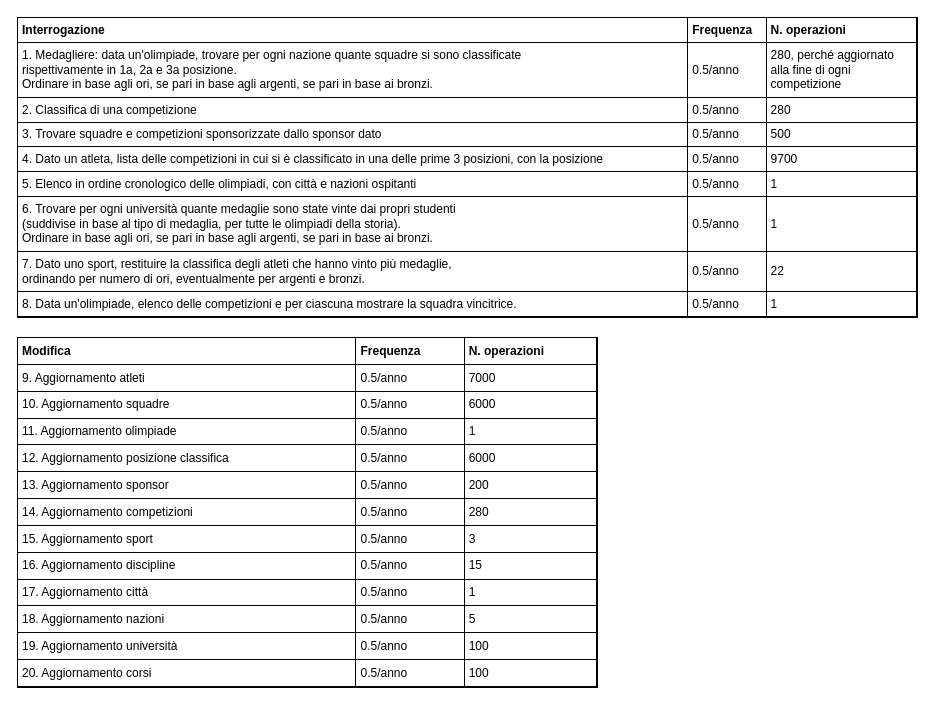
The draw.io diagram page "Operazioni" (5 of 6) of Olimpiadi studentesche.drawio in giovannivelludo/database-project, before the edit. Source tidied: cells renumbered, new cells numbered last; positions are measured from the earlier drawing's top-left corner, leaving out a move shared by most shapes. Both pictures are drawn from the tidied source at 100%, with x=0, y=0 at pixel (17, 17).
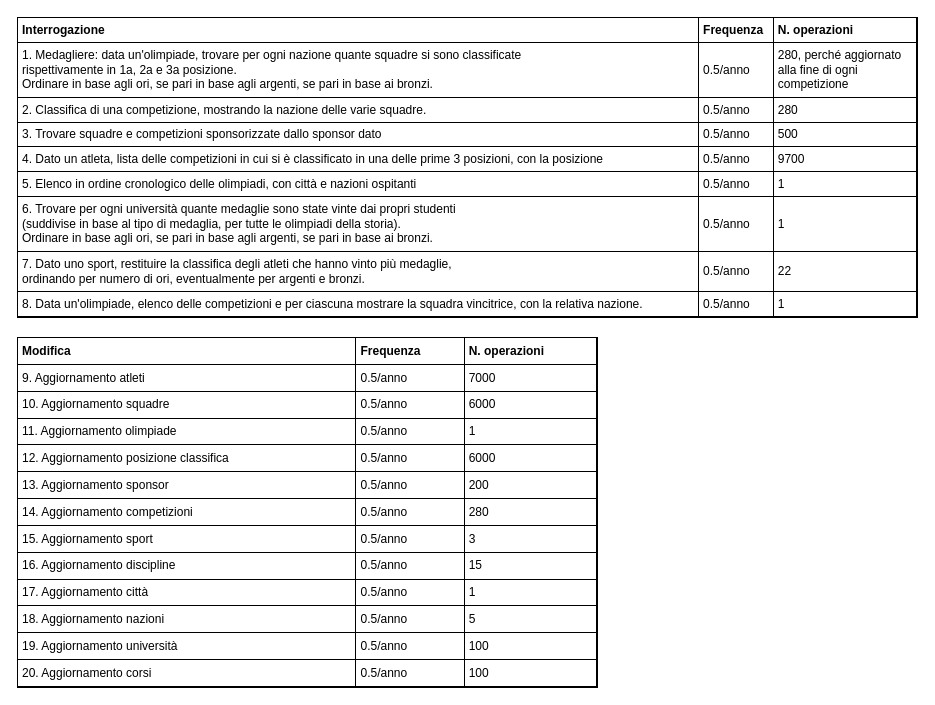
After the change.

Diff of the diagram source:
```diff
@@
 <mxGraphModel>
   <root>
     <mxCell id="0" />
     <mxCell id="1" parent="0" />
-    <mxCell id="2" value="&lt;table style=&quot;width: 100% ; height: 100% ; border-collapse: collapse ; border: 1px solid rgb(0 , 0 , 0)&quot; width=&quot;100%&quot; cellpadding=&quot;4&quot; border=&quot;1&quot; align=&quot;center&quot;&gt;&lt;tbody&gt;&lt;tr style=&quot;color: rgb(255 , 255 , 255)&quot;&gt;&lt;th align=&quot;left&quot;&gt;&lt;span&gt;&lt;font color=&quot;#000000&quot;&gt;Interrogazione&lt;br&gt;&lt;/font&gt;&lt;/span&gt;&lt;/th&gt;&lt;th align=&quot;left&quot;&gt;&lt;span&gt;&lt;font color=&quot;#000000&quot;&gt;Frequenza&lt;br&gt;&lt;/font&gt;&lt;/span&gt;&lt;/th&gt;&lt;td&gt;&lt;b&gt;&lt;font color=&quot;#000000&quot;&gt;N. operazioni&lt;/font&gt;&lt;/b&gt;&lt;br&gt;&lt;/td&gt;&lt;/tr&gt;&lt;tr&gt;&lt;td&gt;&lt;span&gt;1. Medagliere: data un'olimpiade, trovare per ogni nazione quante squadre si sono classificate&lt;br&gt;rispettivamente in 1a, 2a e 3a posizione.&lt;br&gt;Ordinare in base agli ori, se pari in base agli argenti, se pari in base ai bronzi.&lt;br&gt;&lt;/span&gt;&lt;/td&gt;&lt;td&gt;&lt;span&gt;0.5/anno&lt;br&gt;&lt;/span&gt;&lt;/td&gt;&lt;td&gt;280, perché aggiornato&lt;br&gt;alla fine di ogni&lt;br&gt;competizione&lt;br&gt;&lt;/td&gt;&lt;/tr&gt;&lt;tr&gt;&lt;td&gt;&lt;span&gt;2. Classifica di una competizione&lt;br&gt;&lt;/span&gt;&lt;/td&gt;&lt;td&gt;&lt;span&gt;0.5/anno&lt;br&gt;&lt;/span&gt;&lt;/td&gt;&lt;td&gt;280&lt;br&gt;&lt;/td&gt;&lt;/tr&gt;&lt;tr&gt;&lt;td&gt;&lt;span&gt;3. Trovare squadre e competizioni sponsorizzate dallo sponsor dato&lt;br&gt;&lt;/span&gt;&lt;/td&gt;&lt;td&gt;&lt;span&gt;0.5/anno&lt;br&gt;&lt;/span&gt;&lt;/td&gt;&lt;td&gt;500&lt;br&gt;&lt;/td&gt;&lt;/tr&gt;&lt;tr&gt;&lt;td&gt;&lt;span&gt;4. Dato un atleta, lista delle competizioni in cui si è classificato in una delle prime 3 posizioni, con la posizione&lt;br&gt;&lt;/span&gt;&lt;/td&gt;&lt;td&gt;0.5/anno&lt;br&gt;&lt;/td&gt;&lt;td&gt;9700&lt;br&gt;&lt;/td&gt;&lt;/tr&gt;&lt;tr&gt;&lt;td&gt;5. Elenco in ordine cronologico delle olimpiadi, con città e nazioni ospitanti&lt;br&gt;&lt;/td&gt;&lt;td&gt;0.5/anno&lt;br&gt;&lt;/td&gt;&lt;td&gt;1&lt;br&gt;&lt;/td&gt;&lt;/tr&gt;&lt;tr&gt;&lt;td&gt;&lt;span&gt;6. Trovare per ogni università quante medaglie sono state vinte dai propri studenti&lt;br&gt;(suddivise in base al tipo di medaglia, per tutte le olimpiadi della storia).&lt;br&gt;Ordinare in base agli ori, se pari in base agli argenti, se pari in base ai bronzi.&lt;/span&gt;&lt;/td&gt;&lt;td&gt;0.5/anno&lt;br&gt;&lt;/td&gt;&lt;td&gt;1&lt;br&gt;&lt;/td&gt;&lt;/tr&gt;&lt;tr&gt;&lt;td&gt;7. Dato uno sport, restituire la classifica degli atleti che hanno vinto più medaglie,&lt;br&gt;ordinando per numero di ori, eventualmente per argenti e bronzi.&lt;br&gt;&lt;/td&gt;&lt;td&gt;0.5/anno&lt;br&gt;&lt;/td&gt;&lt;td&gt;22&lt;br&gt;&lt;/td&gt;&lt;/tr&gt;&lt;tr&gt;&lt;td&gt;8. Data un'olimpiade, elenco delle competizioni e per ciascuna mostrare la squadra vincitrice.&lt;br&gt;&lt;/td&gt;&lt;td&gt;0.5/anno&lt;br&gt;&lt;/td&gt;&lt;td&gt;1&lt;br&gt;&lt;/td&gt;&lt;/tr&gt;&lt;/tbody&gt;&lt;/table&gt;" style="text;html=1;strokeColor=#000000;fillColor=#ffffff;overflow=fill;rounded=0;" parent="1" vertex="1">
+    <mxCell id="2" value="&lt;table style=&quot;width: 100% ; height: 100% ; border-collapse: collapse ; border: 1px solid rgb(0 , 0 , 0)&quot; width=&quot;100%&quot; cellpadding=&quot;4&quot; border=&quot;1&quot; align=&quot;center&quot;&gt;&lt;tbody&gt;&lt;tr style=&quot;color: rgb(255 , 255 , 255)&quot;&gt;&lt;th align=&quot;left&quot;&gt;&lt;span&gt;&lt;font color=&quot;#000000&quot;&gt;Interrogazione&lt;br&gt;&lt;/font&gt;&lt;/span&gt;&lt;/th&gt;&lt;th align=&quot;left&quot;&gt;&lt;span&gt;&lt;font color=&quot;#000000&quot;&gt;Frequenza&lt;br&gt;&lt;/font&gt;&lt;/span&gt;&lt;/th&gt;&lt;td&gt;&lt;b&gt;&lt;font color=&quot;#000000&quot;&gt;N. operazioni&lt;/font&gt;&lt;/b&gt;&lt;br&gt;&lt;/td&gt;&lt;/tr&gt;&lt;tr&gt;&lt;td&gt;&lt;span&gt;1. Medagliere: data un'olimpiade, trovare per ogni nazione quante squadre si sono classificate&lt;br&gt;rispettivamente in 1a, 2a e 3a posizione.&lt;br&gt;Ordinare in base agli ori, se pari in base agli argenti, se pari in base ai bronzi.&lt;br&gt;&lt;/span&gt;&lt;/td&gt;&lt;td&gt;&lt;span&gt;0.5/anno&lt;br&gt;&lt;/span&gt;&lt;/td&gt;&lt;td&gt;280, perché aggiornato&lt;br&gt;alla fine di ogni&lt;br&gt;competizione&lt;br&gt;&lt;/td&gt;&lt;/tr&gt;&lt;tr&gt;&lt;td&gt;&lt;span&gt;2. Classifica di una competizione, mostrando la nazione delle varie squadre.&lt;br&gt;&lt;/span&gt;&lt;/td&gt;&lt;td&gt;&lt;span&gt;0.5/anno&lt;br&gt;&lt;/span&gt;&lt;/td&gt;&lt;td&gt;280&lt;br&gt;&lt;/td&gt;&lt;/tr&gt;&lt;tr&gt;&lt;td&gt;&lt;span&gt;3. Trovare squadre e competizioni sponsorizzate dallo sponsor dato&lt;br&gt;&lt;/span&gt;&lt;/td&gt;&lt;td&gt;&lt;span&gt;0.5/anno&lt;br&gt;&lt;/span&gt;&lt;/td&gt;&lt;td&gt;500&lt;br&gt;&lt;/td&gt;&lt;/tr&gt;&lt;tr&gt;&lt;td&gt;&lt;span&gt;4. Dato un atleta, lista delle competizioni in cui si è classificato in una delle prime 3 posizioni, con la posizione&lt;br&gt;&lt;/span&gt;&lt;/td&gt;&lt;td&gt;0.5/anno&lt;br&gt;&lt;/td&gt;&lt;td&gt;9700&lt;br&gt;&lt;/td&gt;&lt;/tr&gt;&lt;tr&gt;&lt;td&gt;5. Elenco in ordine cronologico delle olimpiadi, con città e nazioni ospitanti&lt;br&gt;&lt;/td&gt;&lt;td&gt;0.5/anno&lt;br&gt;&lt;/td&gt;&lt;td&gt;1&lt;br&gt;&lt;/td&gt;&lt;/tr&gt;&lt;tr&gt;&lt;td&gt;&lt;span&gt;6. Trovare per ogni università quante medaglie sono state vinte dai propri studenti&lt;br&gt;(suddivise in base al tipo di medaglia, per tutte le olimpiadi della storia).&lt;br&gt;Ordinare in base agli ori, se pari in base agli argenti, se pari in base ai bronzi.&lt;/span&gt;&lt;/td&gt;&lt;td&gt;0.5/anno&lt;br&gt;&lt;/td&gt;&lt;td&gt;1&lt;br&gt;&lt;/td&gt;&lt;/tr&gt;&lt;tr&gt;&lt;td&gt;7. Dato uno sport, restituire la classifica degli atleti che hanno vinto più medaglie,&lt;br&gt;ordinando per numero di ori, eventualmente per argenti e bronzi.&lt;br&gt;&lt;/td&gt;&lt;td&gt;0.5/anno&lt;br&gt;&lt;/td&gt;&lt;td&gt;22&lt;br&gt;&lt;/td&gt;&lt;/tr&gt;&lt;tr&gt;&lt;td&gt;8. Data un'olimpiade, elenco delle competizioni e per ciascuna mostrare la squadra vincitrice, con la relativa nazione.&lt;br&gt;&lt;/td&gt;&lt;td&gt;0.5/anno&lt;br&gt;&lt;/td&gt;&lt;td&gt;1&lt;br&gt;&lt;/td&gt;&lt;/tr&gt;&lt;/tbody&gt;&lt;/table&gt;" style="text;html=1;strokeColor=#000000;fillColor=#ffffff;overflow=fill;rounded=0;" parent="1" vertex="1">
       <mxGeometry width="900" height="300" as="geometry" />
     </mxCell>
     <mxCell id="3" value="&lt;table style=&quot;width: 100% ; height: 100% ; border-collapse: collapse ; border: 1px solid rgb(0 , 0 , 0)&quot; width=&quot;100%&quot; cellpadding=&quot;4&quot; border=&quot;1&quot; align=&quot;left&quot;&gt;&lt;tbody&gt;&lt;tr style=&quot;color: rgb(255 , 255 , 255)&quot;&gt;&lt;th align=&quot;left&quot;&gt;&lt;span&gt;&lt;font color=&quot;#000000&quot;&gt;Modifica&lt;br&gt;&lt;/font&gt;&lt;/span&gt;&lt;/th&gt;&lt;th align=&quot;left&quot;&gt;&lt;span&gt;&lt;font color=&quot;#000000&quot;&gt;Frequenza&lt;br&gt;&lt;/font&gt;&lt;/span&gt;&lt;/th&gt;&lt;td&gt;&lt;b&gt;&lt;font color=&quot;#000000&quot;&gt;N. operazioni&lt;/font&gt;&lt;/b&gt;&lt;br&gt;&lt;/td&gt;&lt;/tr&gt;&lt;tr&gt;&lt;td&gt;&lt;span&gt;9. Aggiornamento atleti&lt;br&gt;&lt;/span&gt;&lt;/td&gt;&lt;td&gt;&lt;span&gt;0.5/anno&lt;br&gt;&lt;/span&gt;&lt;/td&gt;&lt;td&gt;7000&lt;br&gt;&lt;/td&gt;&lt;/tr&gt;&lt;tr&gt;&lt;td&gt;&lt;span&gt;10. Aggiornamento squadre&lt;br&gt;&lt;/span&gt;&lt;/td&gt;&lt;td&gt;&lt;span&gt;0.5/anno&lt;br&gt;&lt;/span&gt;&lt;/td&gt;&lt;td&gt;6000&lt;br&gt;&lt;/td&gt;&lt;/tr&gt;&lt;tr&gt;&lt;td&gt;&lt;span&gt;11. Aggiornamento olimpiade&lt;br&gt;&lt;/span&gt;&lt;/td&gt;&lt;td&gt;&lt;span&gt;0.5/anno&lt;br&gt;&lt;/span&gt;&lt;/td&gt;&lt;td&gt;1&lt;br&gt;&lt;/td&gt;&lt;/tr&gt;&lt;tr&gt;&lt;td&gt;&lt;span&gt;12. Aggiornamento posizione classifica&lt;br&gt;&lt;/span&gt;&lt;/td&gt;&lt;td&gt;0.5/anno&lt;br&gt;&lt;/td&gt;&lt;td&gt;6000&lt;br&gt;&lt;/td&gt;&lt;/tr&gt;&lt;tr&gt;&lt;td&gt;13. Aggiornamento sponsor&lt;br&gt;&lt;/td&gt;&lt;td&gt;0.5/anno&lt;br&gt;&lt;/td&gt;&lt;td&gt;200&lt;br&gt;&lt;/td&gt;&lt;/tr&gt;&lt;tr&gt;&lt;td&gt;&lt;span&gt;14. Aggiornamento competizioni&lt;br&gt;&lt;/span&gt;&lt;/td&gt;&lt;td&gt;0.5/anno&lt;br&gt;&lt;/td&gt;&lt;td&gt;280&lt;br&gt;&lt;/td&gt;&lt;/tr&gt;&lt;tr&gt;&lt;td&gt;15. Aggiornamento sport&lt;br&gt;&lt;/td&gt;&lt;td&gt;&lt;span&gt;0.5/anno&lt;/span&gt;&lt;/td&gt;&lt;td&gt;3&lt;br&gt;&lt;/td&gt;&lt;/tr&gt;&lt;tr&gt;&lt;td&gt;16. Aggiornamento discipline&lt;br&gt;&lt;/td&gt;&lt;td&gt;&lt;span&gt;0.5/anno&lt;/span&gt;&lt;/td&gt;&lt;td&gt;15&lt;br&gt;&lt;/td&gt;&lt;/tr&gt;&lt;tr&gt;&lt;td&gt;17. Aggiornamento città&lt;br&gt;&lt;/td&gt;&lt;td&gt;&lt;span&gt;0.5/anno&lt;/span&gt;&lt;/td&gt;&lt;td&gt;1&lt;br&gt;&lt;/td&gt;&lt;/tr&gt;&lt;tr&gt;&lt;td&gt;18. Aggiornamento nazioni&lt;br&gt;&lt;/td&gt;&lt;td&gt;&lt;span&gt;0.5/anno&lt;/span&gt;&lt;/td&gt;&lt;td&gt;5&lt;br&gt;&lt;/td&gt;&lt;/tr&gt;&lt;tr&gt;&lt;td&gt;19. Aggiornamento università&lt;br&gt;&lt;/td&gt;&lt;td&gt;&lt;span&gt;0.5/anno&lt;/span&gt;&lt;/td&gt;&lt;td&gt;100&lt;br&gt;&lt;/td&gt;&lt;/tr&gt;&lt;tr&gt;&lt;td&gt;20. Aggiornamento corsi&lt;br&gt;&lt;/td&gt;&lt;td&gt;&lt;span&gt;0.5/anno&lt;/span&gt;&lt;/td&gt;&lt;td&gt;100&lt;br&gt;&lt;/td&gt;&lt;/tr&gt;&lt;/tbody&gt;&lt;/table&gt;" style="text;html=1;strokeColor=#000000;fillColor=#ffffff;overflow=fill;rounded=0;" parent="1" vertex="1">
       <mxGeometry y="320" width="580" height="350" as="geometry" />
     </mxCell>
   </root>
 </mxGraphModel>
```
